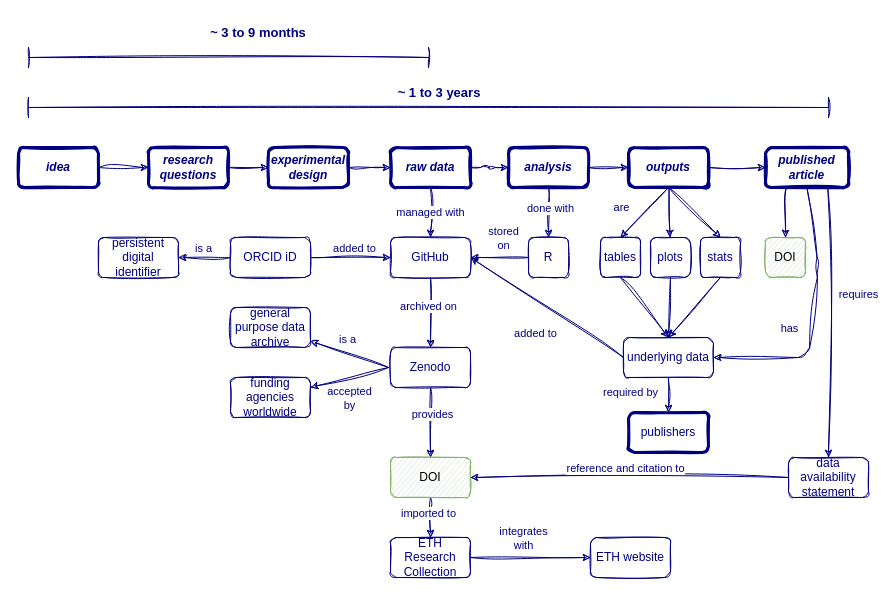
Before: ghe-rdm-workflow.drawio in Global-Health-Engineering/eth-data-stewardship, a draw.io diagram. Source tidied: cells renumbered, new cells numbered last; positions are measured from the earlier drawing's top-left corner, leaving out a move shared by most shapes. Both pictures are drawn from the tidied source at 100%, with x=0, y=0 at pixel (18, 17).
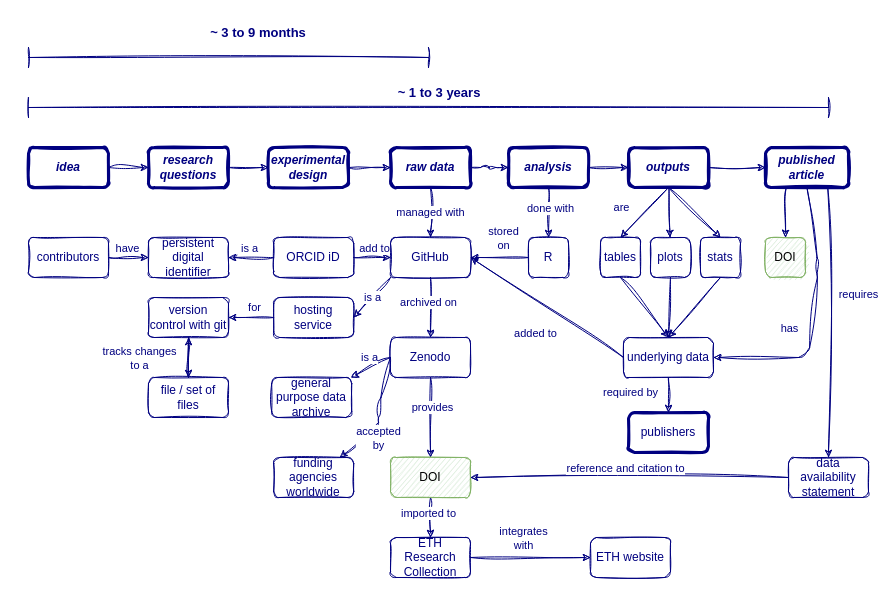
After the change.

Commit message:
add additional nodes

Unchanged cells that the change refers to:
```xml
<mxCell id="44" value="GitHub" style="rounded=1;whiteSpace=wrap;html=1;fontSize=12;fontFamily=Helvetica;fillColor=none;sketch=1;labelBackgroundColor=none;fontColor=#000080;strokeColor=#000080;" parent="1" vertex="1">
  <mxGeometry x="372" y="220" width="80" height="40" as="geometry" />
</mxCell>
<mxCell id="71" style="edgeStyle=none;shape=connector;rounded=1;sketch=1;jiggle=2;curveFitting=1;jettySize=auto;html=1;labelBackgroundColor=default;strokeColor=#000080;fontFamily=Helvetica;fontSize=11;fontColor=#000080;endArrow=classic;startSize=5;endSize=5;" parent="1" edge="1" source="73" target="44">
  <mxGeometry relative="1" as="geometry" />
</mxCell>
```

Change to the diagram source:
```diff
@@
     <mxCell id="3" value="&lt;div&gt;&lt;b&gt;&lt;i&gt;idea&lt;/i&gt;&lt;/b&gt;&lt;/div&gt;" style="rounded=1;whiteSpace=wrap;html=1;strokeWidth=3;fontSize=12;fontFamily=Helvetica;fillColor=none;sketch=1;labelBackgroundColor=none;fontColor=#000080;strokeColor=#000080;" parent="1" vertex="1">
-      <mxGeometry y="130" width="80" height="40" as="geometry" />
+      <mxGeometry x="10" y="130" width="80" height="40" as="geometry" />
     </mxCell>
@@
+    <mxCell id="80" value="is a" style="edgeStyle=none;shape=connector;rounded=1;sketch=1;jiggle=2;curveFitting=1;jettySize=auto;html=1;exitX=0;exitY=1;exitDx=0;exitDy=0;labelBackgroundColor=default;strokeColor=#000080;fontFamily=Helvetica;fontSize=11;fontColor=#000080;endArrow=classic;startSize=5;endSize=5;entryX=1;entryY=0.5;entryDx=0;entryDy=0;" parent="1" edge="1" source="44" target="82">
+      <mxGeometry relative="1" as="geometry" />
+    </mxCell>
@@
-    <mxCell id="50" style="edgeStyle=none;shape=connector;rounded=1;sketch=1;jiggle=2;curveFitting=1;jettySize=auto;html=1;labelBackgroundColor=default;strokeColor=#000080;fontFamily=Helvetica;fontSize=11;fontColor=#000080;endArrow=classic;startSize=5;endSize=5;" parent="1" edge="1" target="66">
-      <mxGeometry relative="1" as="geometry">
-        <mxPoint x="370" y="350" as="sourcePoint" />
-      </mxGeometry>
+    <mxCell id="50" style="edgeStyle=none;shape=connector;rounded=1;sketch=1;jiggle=2;curveFitting=1;jettySize=auto;html=1;labelBackgroundColor=default;strokeColor=#000080;fontFamily=Helvetica;fontSize=11;fontColor=#000080;endArrow=classic;startSize=5;endSize=5;exitX=0;exitY=0.5;exitDx=0;exitDy=0;" parent="1" edge="1" source="54" target="66">
+      <mxGeometry relative="1" as="geometry" />
     </mxCell>
     <mxCell id="51" value="is a" style="edgeLabel;html=1;align=center;verticalAlign=middle;fontSize=11;fontFamily=Helvetica;fontColor=#000080;" parent="50" vertex="1">
       <mxGeometry x="0.4" y="2" relative="1" as="geometry">
-        <mxPoint x="14" y="-12" as="offset" />
+        <mxPoint x="5" y="-16" as="offset" />
       </mxGeometry>
     </mxCell>
-    <mxCell id="52" style="edgeStyle=none;shape=connector;rounded=1;sketch=1;jiggle=2;curveFitting=1;jettySize=auto;html=1;labelBackgroundColor=default;strokeColor=#000080;fontFamily=Helvetica;fontSize=11;fontColor=#000080;endArrow=classic;startSize=5;endSize=5;" parent="1" edge="1" target="67">
+    <mxCell id="52" style="edgeStyle=none;shape=connector;rounded=1;sketch=1;jiggle=2;curveFitting=1;jettySize=auto;html=1;labelBackgroundColor=default;strokeColor=#000080;fontFamily=Helvetica;fontSize=11;fontColor=#000080;endArrow=classic;startSize=5;endSize=5;exitX=0;exitY=0.5;exitDx=0;exitDy=0;" parent="1" edge="1" source="54" target="67">
       <mxGeometry relative="1" as="geometry">
-        <mxPoint x="370" y="350" as="sourcePoint" />
+        <Array as="points">
+          <mxPoint x="360" y="390" />
+          <mxPoint x="360" y="410" />
+        </Array>
       </mxGeometry>
     </mxCell>
@@
     <mxCell id="54" value="Zenodo" style="rounded=1;whiteSpace=wrap;html=1;fontSize=12;fontFamily=Helvetica;fillColor=none;sketch=1;labelBackgroundColor=none;fontColor=#000080;strokeColor=#000080;" parent="1" vertex="1">
-      <mxGeometry x="372" y="330" width="80" height="40" as="geometry" />
+      <mxGeometry x="372" y="320" width="80" height="40" as="geometry" />
     </mxCell>
@@
     <mxCell id="66" value="general purpose data archive" style="rounded=1;whiteSpace=wrap;html=1;fontSize=12;fontFamily=Helvetica;fillColor=none;sketch=1;labelBackgroundColor=none;fontColor=#000080;strokeColor=#000080;" parent="1" vertex="1">
-      <mxGeometry x="212" y="290" width="80" height="40" as="geometry" />
+      <mxGeometry x="253.2" y="360" width="80" height="40" as="geometry" />
     </mxCell>
     <mxCell id="67" value="funding agencies worldwide" style="rounded=1;whiteSpace=wrap;html=1;fontSize=12;fontFamily=Helvetica;fillColor=none;sketch=1;labelBackgroundColor=none;fontColor=#000080;strokeColor=#000080;" parent="1" vertex="1">
-      <mxGeometry x="212" y="360" width="80" height="40" as="geometry" />
+      <mxGeometry x="255.2" y="440" width="80" height="40" as="geometry" />
     </mxCell>
@@
-    <mxCell id="72" value="added to" style="edgeLabel;html=1;align=center;verticalAlign=middle;fontSize=11;fontFamily=Helvetica;fontColor=#000080;" parent="71" vertex="1">
+    <mxCell id="72" value="&lt;div&gt;add to&lt;/div&gt;" style="edgeLabel;html=1;align=center;verticalAlign=middle;fontSize=11;fontFamily=Helvetica;fontColor=#000080;" parent="71" vertex="1">
       <mxGeometry x="0.07" y="-1" relative="1" as="geometry">
         <mxPoint y="-11" as="offset" />
       </mxGeometry>
     </mxCell>
     <mxCell id="73" value="ORCID iD" style="rounded=1;whiteSpace=wrap;html=1;fontSize=12;fontFamily=Helvetica;fillColor=none;sketch=1;labelBackgroundColor=none;fontColor=#000080;strokeColor=#000080;" parent="1" vertex="1">
-      <mxGeometry x="212" y="220" width="80" height="40" as="geometry" />
+      <mxGeometry x="255.2" y="220" width="80" height="40" as="geometry" />
     </mxCell>
     <mxCell id="74" value="persistent digital identifier" style="rounded=1;whiteSpace=wrap;html=1;fontSize=12;fontFamily=Helvetica;fillColor=none;sketch=1;labelBackgroundColor=none;fontColor=#000080;strokeColor=#000080;" parent="1" vertex="1">
-      <mxGeometry x="80" y="220" width="80" height="40" as="geometry" />
+      <mxGeometry x="130" y="220" width="80" height="40" as="geometry" />
     </mxCell>
@@
+    <mxCell id="81" value="for" style="edgeStyle=none;shape=connector;rounded=1;sketch=1;jiggle=2;curveFitting=1;jettySize=auto;html=1;labelBackgroundColor=default;strokeColor=#000080;fontFamily=Helvetica;fontSize=11;fontColor=#000080;endArrow=classic;startSize=5;endSize=5;" parent="1" edge="1" source="82" target="85">
+      <mxGeometry x="-0.15" y="-10" relative="1" as="geometry" />
+    </mxCell>
+    <mxCell id="82" value="hosting service" style="rounded=1;whiteSpace=wrap;html=1;fontSize=12;fontFamily=Helvetica;fillColor=none;sketch=1;labelBackgroundColor=none;fontColor=#000080;strokeColor=#000080;" parent="1" vertex="1">
+      <mxGeometry x="255.2" y="280" width="80" height="40" as="geometry" />
+    </mxCell>
+    <mxCell id="83" style="edgeStyle=none;shape=connector;rounded=1;sketch=1;jiggle=2;curveFitting=1;jettySize=auto;html=1;labelBackgroundColor=default;strokeColor=#000080;fontFamily=Helvetica;fontSize=11;fontColor=#000080;endArrow=classic;startSize=5;endSize=5;" parent="1" edge="1" source="85" target="87">
+      <mxGeometry relative="1" as="geometry" />
+    </mxCell>
+    <mxCell id="84" value="&lt;div&gt;tracks changes &lt;br&gt;&lt;/div&gt;&lt;div&gt;to a&lt;br&gt;&lt;/div&gt;" style="edgeLabel;html=1;align=center;verticalAlign=middle;fontSize=11;fontFamily=Helvetica;fontColor=#000080;" parent="83" vertex="1">
+      <mxGeometry x="-0.25" y="-4" relative="1" as="geometry">
+        <mxPoint x="-46" y="5" as="offset" />
+      </mxGeometry>
+    </mxCell>
+    <mxCell id="85" value="version control with git" style="rounded=1;whiteSpace=wrap;html=1;fontSize=12;fontFamily=Helvetica;fillColor=none;sketch=1;labelBackgroundColor=none;fontColor=#000080;strokeColor=#000080;" parent="1" vertex="1">
+      <mxGeometry x="130" y="280" width="80" height="40" as="geometry" />
+    </mxCell>
+    <mxCell id="86" style="edgeStyle=none;shape=connector;rounded=1;sketch=1;jiggle=2;curveFitting=1;jettySize=auto;html=1;labelBackgroundColor=default;strokeColor=#000080;fontFamily=Helvetica;fontSize=11;fontColor=#000080;endArrow=classic;startSize=5;endSize=5;" parent="1" edge="1" source="87" target="85">
+      <mxGeometry relative="1" as="geometry" />
+    </mxCell>
+    <mxCell id="87" value="file / set of files" style="rounded=1;whiteSpace=wrap;html=1;fontSize=12;fontFamily=Helvetica;fillColor=none;sketch=1;labelBackgroundColor=none;fontColor=#000080;strokeColor=#000080;strokeWidth=1;" parent="1" vertex="1">
+      <mxGeometry x="130" y="360" width="80" height="40" as="geometry" />
+    </mxCell>
+    <mxCell id="88" style="edgeStyle=none;shape=connector;rounded=1;sketch=1;jiggle=2;curveFitting=1;jettySize=auto;html=1;exitX=1;exitY=0.5;exitDx=0;exitDy=0;labelBackgroundColor=default;strokeColor=#000080;fontFamily=Helvetica;fontSize=11;fontColor=#000080;endArrow=classic;startSize=5;endSize=5;" parent="1" edge="1" source="90" target="74">
+      <mxGeometry relative="1" as="geometry" />
+    </mxCell>
+    <mxCell id="89" value="have" style="edgeLabel;html=1;align=center;verticalAlign=middle;fontSize=11;fontFamily=Helvetica;fontColor=#000080;" parent="88" vertex="1">
+      <mxGeometry x="-0.1" y="-1" relative="1" as="geometry">
+        <mxPoint y="-11" as="offset" />
+      </mxGeometry>
+    </mxCell>
+    <mxCell id="90" value="contributors" style="rounded=1;whiteSpace=wrap;html=1;fontSize=12;fontFamily=Helvetica;fillColor=none;sketch=1;labelBackgroundColor=none;fontColor=#000080;strokeColor=#000080;" parent="1" vertex="1">
+      <mxGeometry x="10" y="220" width="80" height="40" as="geometry" />
+    </mxCell>
```
